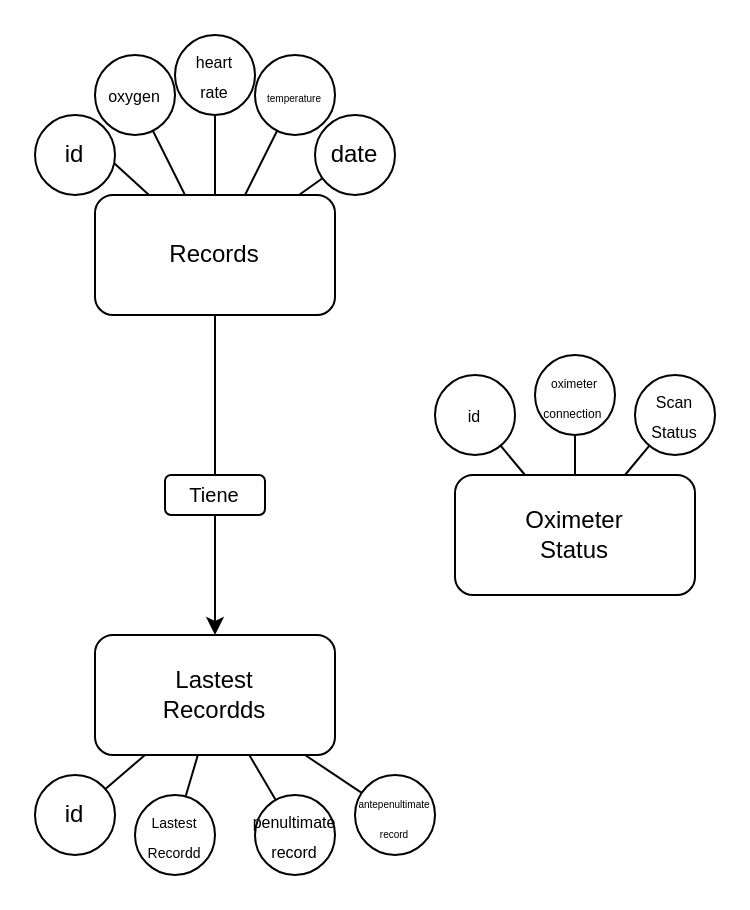
Before: datasheet_database/ER.drawio in Adro312/Oximetro-API, a draw.io diagram. Source tidied: cells renumbered, new cells numbered last; positions are measured from the earlier drawing's top-left corner, leaving out a move shared by most shapes. Both pictures are drawn from the tidied source at 200%, with x=0, y=0 at pixel (34, 34).
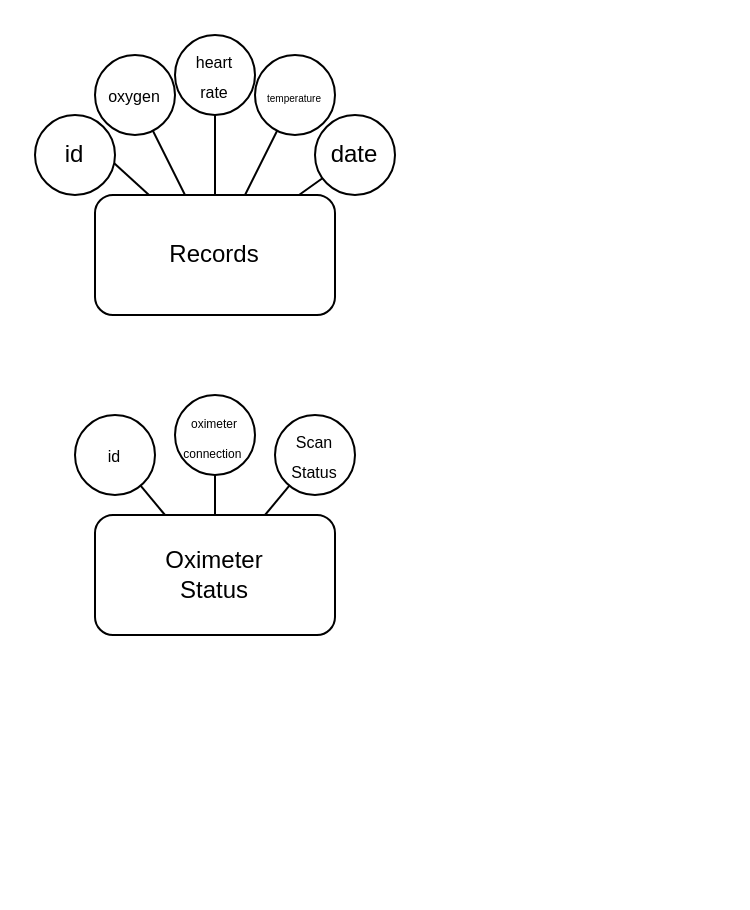
The same diagram, later.

Unchanged cells that the change refers to:
```xml
<mxCell id="2" value="Records" style="rounded=1;whiteSpace=wrap;html=1;" parent="1" vertex="1">
  <mxGeometry x="30" y="80" width="120" height="60" as="geometry" />
</mxCell>
```

Change to the diagram source:
```diff
@@
     <mxCell id="3" value="Oximeter&lt;br&gt;Status" style="rounded=1;whiteSpace=wrap;html=1;" parent="1" vertex="1">
-      <mxGeometry x="210" y="220" width="120" height="60" as="geometry" />
+      <mxGeometry x="30" y="240" width="120" height="60" as="geometry" />
     </mxCell>
@@
     <mxCell id="14" value="&lt;font style=&quot;font-size: 6px&quot;&gt;oximeter&lt;br&gt;&lt;span style=&quot;text-align: left&quot;&gt;connection&lt;/span&gt;&lt;span style=&quot;padding: 0px ; margin: 0px ; text-align: left&quot;&gt;&amp;nbsp;&lt;/span&gt;&lt;br&gt;&lt;/font&gt;" style="ellipse;whiteSpace=wrap;html=1;" parent="1" vertex="1">
-      <mxGeometry x="250" y="160" width="40" height="40" as="geometry" />
+      <mxGeometry x="70" y="180" width="40" height="40" as="geometry" />
     </mxCell>
     <mxCell id="15" style="edgeStyle=none;html=1;strokeColor=default;endArrow=none;endFill=0;" parent="1" edge="1" source="14">
       <mxGeometry relative="1" as="geometry">
-        <mxPoint x="270" y="220" as="targetPoint" />
+        <mxPoint x="90" y="240" as="targetPoint" />
       </mxGeometry>
     </mxCell>
     <mxCell id="16" value="&lt;font style=&quot;font-size: 8px&quot;&gt;id&lt;br&gt;&lt;/font&gt;" style="ellipse;whiteSpace=wrap;html=1;" parent="1" vertex="1">
-      <mxGeometry x="200" y="170" width="40" height="40" as="geometry" />
+      <mxGeometry x="20" y="190" width="40" height="40" as="geometry" />
     </mxCell>
@@
     <mxCell id="18" value="&lt;font style=&quot;font-size: 8px&quot;&gt;Scan&lt;br&gt;Status&lt;br&gt;&lt;/font&gt;" style="ellipse;whiteSpace=wrap;html=1;" parent="1" vertex="1">
-      <mxGeometry x="300" y="170" width="40" height="40" as="geometry" />
+      <mxGeometry x="120" y="190" width="40" height="40" as="geometry" />
     </mxCell>
@@
-    <mxCell id="20" value="Lastest&lt;br&gt;Recordds" style="rounded=1;whiteSpace=wrap;html=1;" parent="1" vertex="1">
-      <mxGeometry x="30" y="300" width="120" height="60" as="geometry" />
-    </mxCell>
-    <mxCell id="21" style="edgeStyle=none;html=1;strokeColor=default;endArrow=none;endFill=0;" parent="1" edge="1" source="22" target="20">
-      <mxGeometry relative="1" as="geometry" />
-    </mxCell>
-    <mxCell id="22" value="id" style="ellipse;whiteSpace=wrap;html=1;" parent="1" vertex="1">
-      <mxGeometry y="370" width="40" height="40" as="geometry" />
-    </mxCell>
-    <mxCell id="23" value="&lt;font style=&quot;font-size: 7px&quot;&gt;Lastest&lt;br&gt;Recordd&lt;/font&gt;" style="ellipse;whiteSpace=wrap;html=1;" parent="1" vertex="1">
-      <mxGeometry x="50" y="380" width="40" height="40" as="geometry" />
-    </mxCell>
-    <mxCell id="24" style="edgeStyle=none;html=1;strokeColor=default;endArrow=none;endFill=0;" parent="1" edge="1" source="23" target="20">
-      <mxGeometry relative="1" as="geometry" />
-    </mxCell>
-    <mxCell id="25" value="&lt;font style=&quot;font-size: 8px&quot;&gt;penultimate&lt;br&gt;record&lt;br&gt;&lt;/font&gt;" style="ellipse;whiteSpace=wrap;html=1;" parent="1" vertex="1">
-      <mxGeometry x="110" y="380" width="40" height="40" as="geometry" />
-    </mxCell>
-    <mxCell id="26" style="edgeStyle=none;html=1;strokeColor=default;endArrow=none;endFill=0;" parent="1" edge="1" source="25" target="20">
-      <mxGeometry relative="1" as="geometry" />
-    </mxCell>
-    <mxCell id="27" value="&lt;font style=&quot;font-size: 5px&quot;&gt;antepenultimate&lt;br&gt;record&lt;/font&gt;" style="ellipse;whiteSpace=wrap;html=1;align=center;" parent="1" vertex="1">
-      <mxGeometry x="160" y="370" width="40" height="40" as="geometry" />
-    </mxCell>
-    <mxCell id="28" style="edgeStyle=none;html=1;strokeColor=default;endArrow=none;endFill=0;" parent="1" edge="1" source="27" target="20">
-      <mxGeometry relative="1" as="geometry" />
-    </mxCell>
-    <mxCell id="29" value="&lt;font style=&quot;font-size: 10px&quot;&gt;Tiene&lt;/font&gt;" style="rounded=1;whiteSpace=wrap;html=1;fontSize=5;" parent="1" vertex="1">
-      <mxGeometry x="65" y="220" width="50" height="20" as="geometry" />
-    </mxCell>
-    <mxCell id="30" style="endArrow=none;html=1;fontSize=10;strokeColor=default;" parent="1" edge="1" source="29" target="2">
-      <mxGeometry relative="1" as="geometry" />
-    </mxCell>
-    <mxCell id="31" style="endArrow=classic;html=1;fontSize=10;strokeColor=default;" parent="1" edge="1" source="29" target="20">
-      <mxGeometry relative="1" as="geometry" />
-    </mxCell>
```
